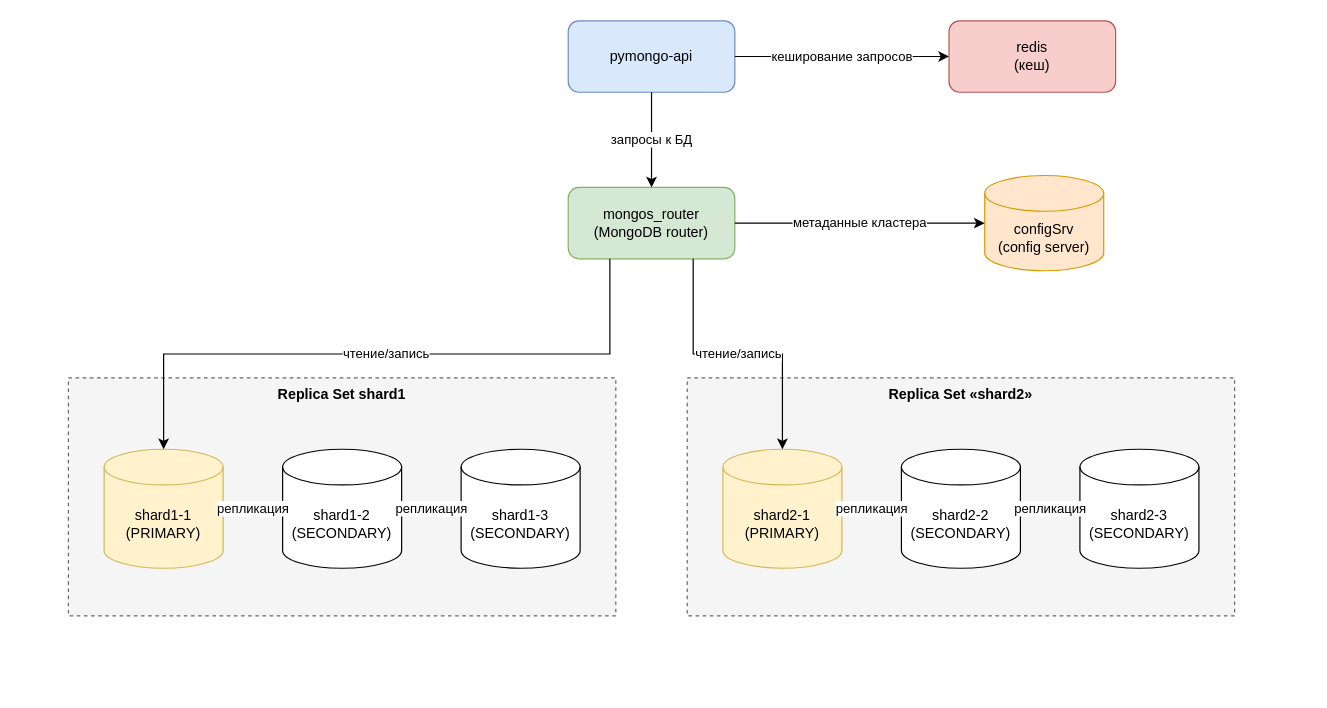
Earlier version of the draw.io diagram task1/task1_caching.drawio (Rainbow42/architecture-pro-black_friday). Source tidied: cells renumbered, new cells numbered last; positions are measured from the earlier drawing's top-left corner, leaving out a move shared by most shapes. Both pictures are drawn from the tidied source at 119%, with x=0, y=0 at pixel (68, 20).
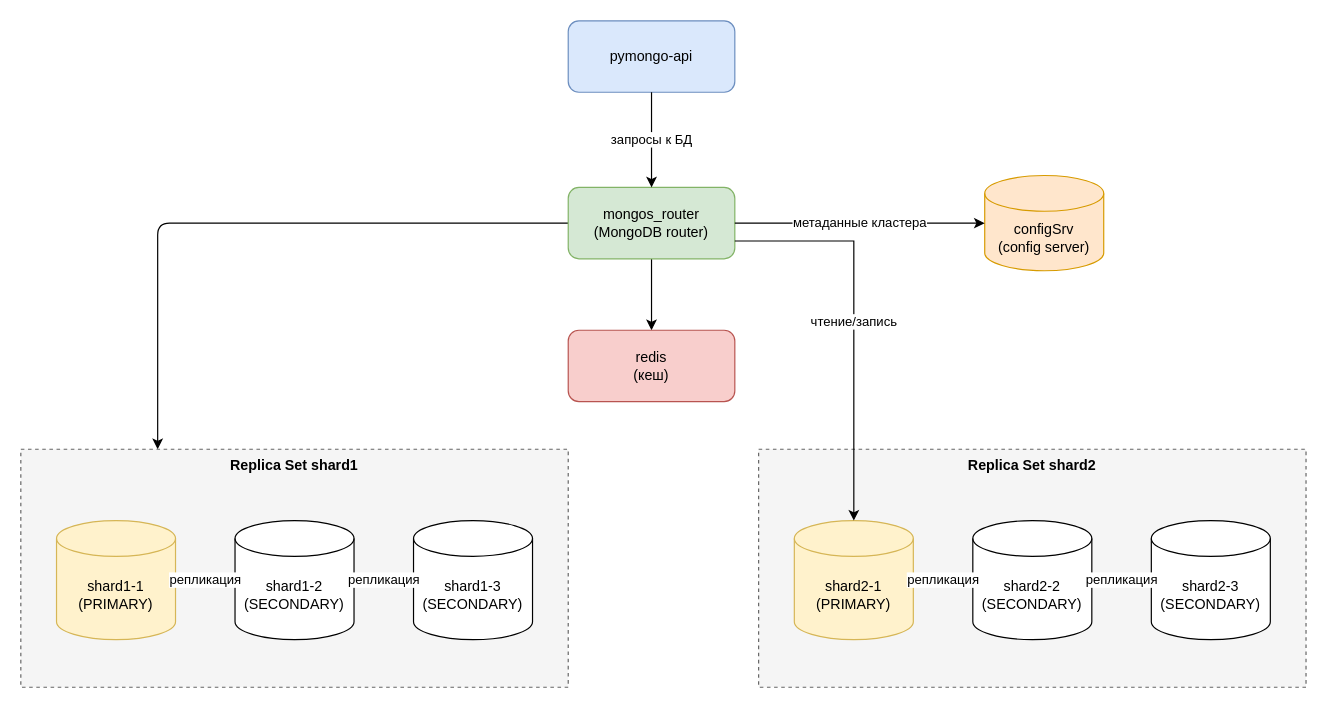
After the change.

Unchanged cells that the change refers to:
```xml
<mxCell id="2" value="pymongo-api" style="rounded=1;whiteSpace=wrap;html=1;fillColor=#dae8fc;strokeColor=#6c8ebf;" parent="1" vertex="1">
  <mxGeometry x="420" width="140" height="60" as="geometry" />
</mxCell>
<mxCell id="4" value="mongos_router&#10;(MongoDB router)" style="rounded=1;whiteSpace=wrap;html=1;fillColor=#d5e8d4;strokeColor=#82b366;" parent="1" vertex="1">
  <mxGeometry x="420" y="140" width="140" height="60" as="geometry" />
</mxCell>
<mxCell id="7" value="shard1-1&#10;(PRIMARY)" style="shape=cylinder3;whiteSpace=wrap;html=1;boundedLbl=1;backgroundOutline=1;size=15;fillColor=#fff2cc;strokeColor=#d6b656;" parent="6" vertex="1">
  <mxGeometry x="30" y="60" width="100" height="100" as="geometry" />
</mxCell>
<mxCell id="11" value="shard2-1&#10;(PRIMARY)" style="shape=cylinder3;whiteSpace=wrap;html=1;boundedLbl=1;backgroundOutline=1;size=15;fillColor=#fff2cc;strokeColor=#d6b656;" parent="10" vertex="1">
  <mxGeometry x="30" y="60" width="100" height="100" as="geometry" />
</mxCell>
```

The edit, as a diff of the source:
```diff
@@
-    <mxCell id="3" value="redis&#10;(кеш)" style="rounded=1;whiteSpace=wrap;html=1;fillColor=#f8cecc;strokeColor=#b85450;" parent="1" vertex="1">
-      <mxGeometry x="740" width="140" height="60" as="geometry" />
-    </mxCell>
+    <mxCell id="23" style="edgeStyle=none;html=1;exitX=0.5;exitY=1;exitDx=0;exitDy=0;entryX=0.5;entryY=0;entryDx=0;entryDy=0;" parent="1" edge="1" source="4" target="3">
+      <mxGeometry relative="1" as="geometry" />
+    </mxCell>
+    <mxCell id="24" style="edgeStyle=none;html=1;entryX=0.25;entryY=0;entryDx=0;entryDy=0;" parent="1" edge="1" source="4" target="6">
+      <mxGeometry relative="1" as="geometry">
+        <Array as="points">
+          <mxPoint x="250" y="170" />
+          <mxPoint x="75" y="170" />
+        </Array>
+      </mxGeometry>
+    </mxCell>
@@
     <mxCell id="6" value="Replica Set shard1" style="rounded=0;whiteSpace=wrap;html=1;dashed=1;verticalAlign=top;fillColor=#f5f5f5;strokeColor=#666666;fontStyle=1;" parent="1" vertex="1">
-      <mxGeometry y="300" width="460" height="200" as="geometry" />
+      <mxGeometry x="-40" y="360" width="460" height="200" as="geometry" />
     </mxCell>
@@
-    <mxCell id="10" value="Replica Set «shard2»" style="rounded=0;whiteSpace=wrap;html=1;dashed=1;verticalAlign=top;fillColor=#f5f5f5;strokeColor=#666666;fontStyle=1;" parent="1" vertex="1">
-      <mxGeometry x="520" y="300" width="460" height="200" as="geometry" />
+    <mxCell id="10" value="Replica Set shard2" style="rounded=0;whiteSpace=wrap;html=1;dashed=1;verticalAlign=top;fillColor=#f5f5f5;strokeColor=#666666;fontStyle=1;" parent="1" vertex="1">
+      <mxGeometry x="580" y="360" width="460" height="200" as="geometry" />
     </mxCell>
@@
-    <mxCell id="14" value="кеширование запросов" style="edgeStyle=orthogonalEdgeStyle;rounded=0;jettySize=auto;html=1;exitX=1;exitY=0.5;exitDx=0;exitDy=0;entryX=0;entryY=0.5;entryDx=0;entryDy=0;" parent="1" edge="1" source="2" target="3">
-      <mxGeometry relative="1" as="geometry" />
-    </mxCell>
@@
-    <mxCell id="17" value="чтение/запись" style="edgeStyle=orthogonalEdgeStyle;rounded=0;jettySize=auto;html=1;exitX=0.25;exitY=1;exitDx=0;exitDy=0;entryX=0.5;entryY=0;entryDx=0;entryDy=0;entryPerimeter=0;" parent="1" edge="1" source="4" target="7">
-      <mxGeometry relative="1" as="geometry" />
-    </mxCell>
-    <mxCell id="18" value="чтение/запись" style="edgeStyle=orthogonalEdgeStyle;rounded=0;jettySize=auto;html=1;exitX=0.75;exitY=1;exitDx=0;exitDy=0;entryX=0.5;entryY=0;entryDx=0;entryDy=0;entryPerimeter=0;" parent="1" edge="1" source="4" target="11">
-      <mxGeometry relative="1" as="geometry" />
+    <mxCell id="18" value="чтение/запись" style="edgeStyle=orthogonalEdgeStyle;rounded=0;jettySize=auto;html=1;exitX=1;exitY=0.75;exitDx=0;exitDy=0;entryX=0.5;entryY=0;entryDx=0;entryDy=0;entryPerimeter=0;" parent="1" edge="1" source="4" target="11">
+      <mxGeometry relative="1" as="geometry">
+        <Array as="points">
+          <mxPoint x="660" y="185" />
+        </Array>
+      </mxGeometry>
     </mxCell>
@@
+    <mxCell id="3" value="redis&#10;(кеш)" style="rounded=1;whiteSpace=wrap;html=1;fillColor=#f8cecc;strokeColor=#b85450;" parent="1" vertex="1">
+      <mxGeometry x="420" y="260" width="140" height="60" as="geometry" />
+    </mxCell>
```
